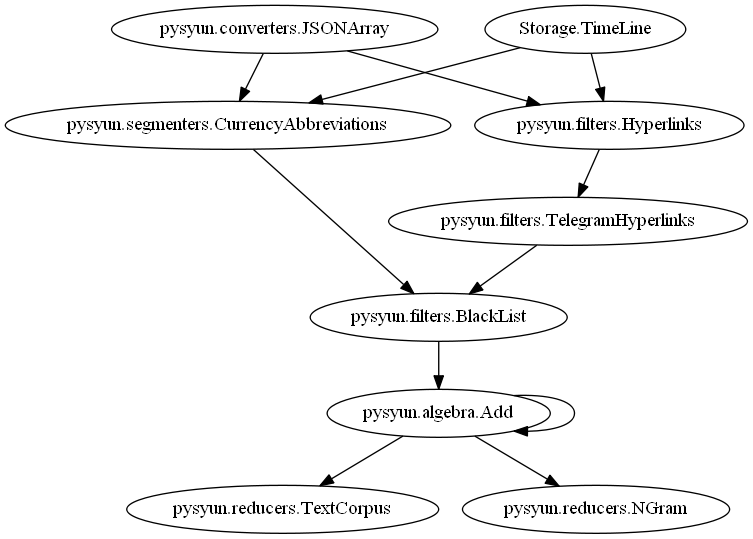
pysyun/pysyun-timeline keeps this Graphviz diagram as Documentation/Graphviz/pysyun.png. Above is the earlier version. Its source is kept beside it as Documentation/Graphviz/pysyun.dot.
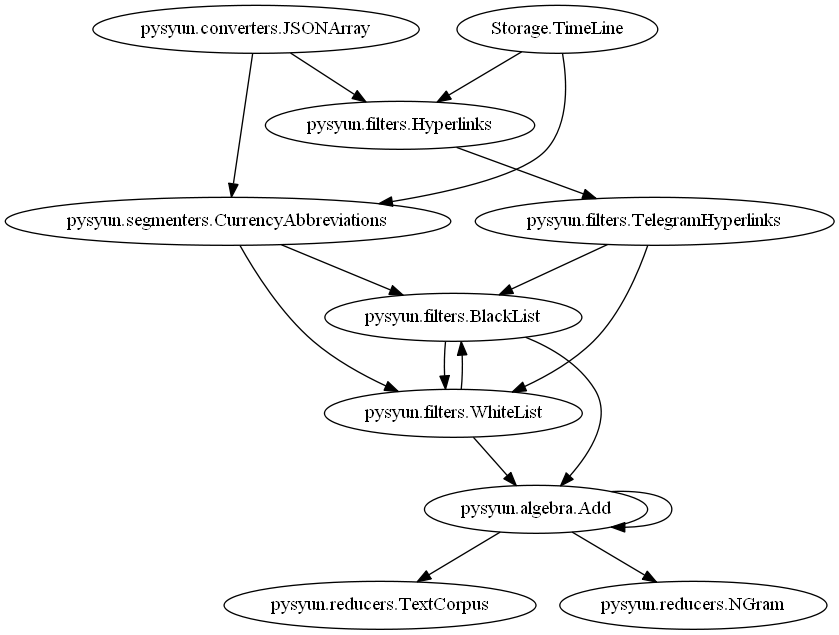
The same file after the commit.

Commit message:
- update for the pipeline chart

The edit, as a diff of the source:
```diff
@@ -4,10 +4,15 @@
 	pysyun.converters.JSONArray -> pysyun.segmenters.CurrencyAbbreviations;
     Storage.TimeLine -> pysyun.segmenters.CurrencyAbbreviations;
     pysyun.segmenters.CurrencyAbbreviations -> pysyun.filters.BlackList;
+    pysyun.segmenters.CurrencyAbbreviations -> pysyun.filters.WhiteList;
 	Storage.TimeLine -> pysyun.filters.Hyperlinks;
 	pysyun.filters.Hyperlinks -> pysyun.filters.TelegramHyperlinks;
 	pysyun.filters.TelegramHyperlinks -> pysyun.filters.BlackList;
+	pysyun.filters.BlackList -> pysyun.filters.WhiteList;
+	pysyun.filters.WhiteList -> pysyun.filters.BlackList;
+	pysyun.filters.TelegramHyperlinks -> pysyun.filters.WhiteList;
 	pysyun.filters.BlackList -> pysyun.algebra.Add;
+	pysyun.filters.WhiteList -> pysyun.algebra.Add;
 	pysyun.algebra.Add -> pysyun.algebra.Add;
 	pysyun.algebra.Add -> pysyun.reducers.TextCorpus;
 	pysyun.algebra.Add -> pysyun.reducers.NGram;
```
